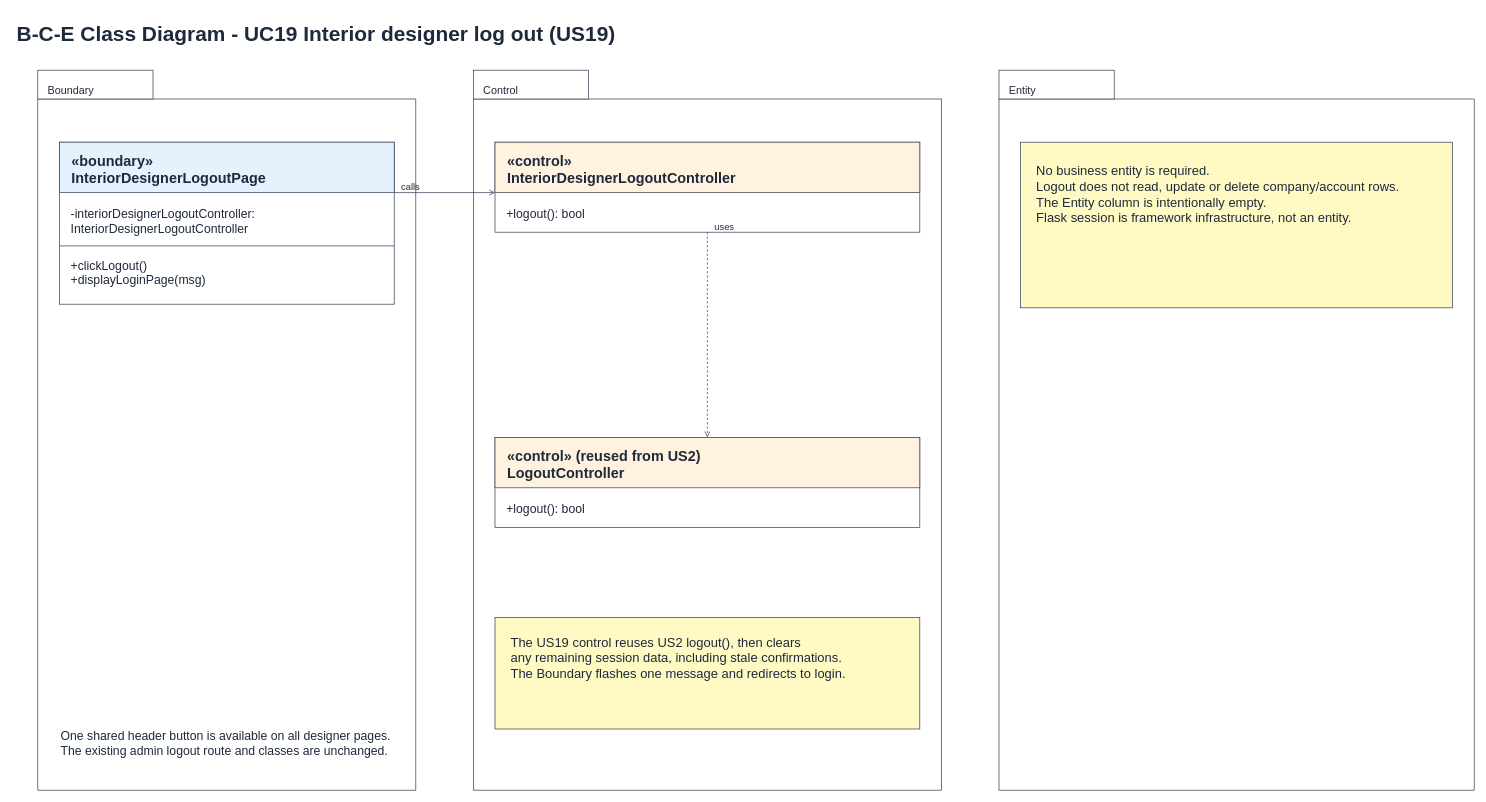
Hanzxc/CSIT314-ARCHSS keeps this draw.io diagram as page "5 BCE Class Diagram" (6 of 7) of Sprint_2/US19 - Interior Designer Log out/US19 Interior designer log out.drawio. Above is the earlier version. Source tidied: cells renumbered, new cells numbered last; positions are measured from the earlier drawing's top-left corner, leaving out a move shared by most shapes. Both pictures are drawn from the tidied source at 72%, with x=0, y=0 at pixel (15, 16).
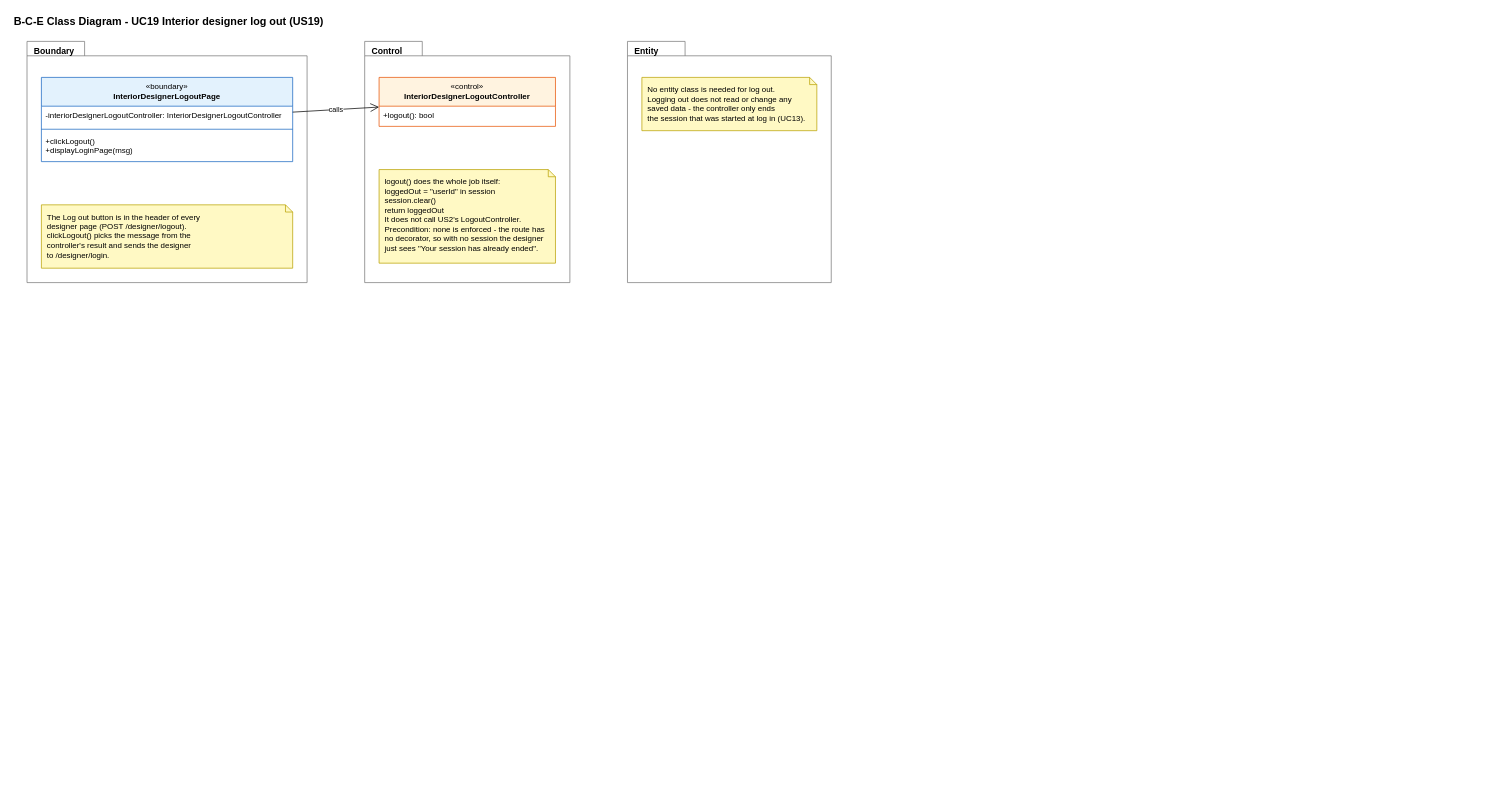
The same diagram, later.

What changed in the source:
```diff
@@
-<mxGraphModel>
+<mxGraphModel background="#FFFFFF">
@@
-    <mxCell id="2" value="B-C-E Class Diagram - UC19 Interior designer log out (US19)" style="text;html=0;align=left;verticalAlign=top;fontSize=29;fontStyle=1;fontColor=#1e293b;" parent="1" vertex="1">
-      <mxGeometry width="900" height="36" as="geometry" />
+    <mxCell id="2" value="&lt;b&gt;B-C-E Class Diagram - UC19 Interior designer log out (US19)&lt;/b&gt;" style="text;html=1;strokeColor=none;fillColor=none;align=left;verticalAlign=middle;whiteSpace=nowrap;fontSize=15;fontColor=#000000;" parent="1" vertex="1">
+      <mxGeometry x="-4" y="-5" width="443" height="24" as="geometry" />
     </mxCell>
-    <mxCell id="3" style="rounded=0;whiteSpace=wrap;fillColor=#ffffff;strokeColor=#334155;" parent="1" vertex="1">
-      <mxGeometry x="31" y="115" width="525" height="960" as="geometry" />
-    </mxCell>
-    <mxCell id="4" style="rounded=0;whiteSpace=wrap;fillColor=#ffffff;strokeColor=#334155;" parent="1" vertex="1">
-      <mxGeometry x="31" y="75" width="160" height="40" as="geometry" />
-    </mxCell>
-    <mxCell id="5" value="Boundary" style="text;html=0;align=left;verticalAlign=top;fontSize=15;fontStyle=0;fontColor=#1e293b;" parent="1" vertex="1">
-      <mxGeometry x="43" y="87" width="136" height="22" as="geometry" />
+    <mxCell id="5" value="&lt;b&gt;Boundary&lt;/b&gt;" style="shape=folder;tabWidth=80;tabHeight=20;tabPosition=left;html=1;verticalAlign=top;align=left;spacingLeft=8;spacingTop=0;fillColor=none;fontSize=12;strokeColor=#777777;fontColor=#000000;" parent="1" vertex="1">
+      <mxGeometry x="16" y="35" width="389" height="335" as="geometry" />
     </mxCell>
-    <mxCell id="6" style="rounded=0;whiteSpace=wrap;fillColor=#ffffff;strokeColor=#334155;" parent="1" vertex="1">
-      <mxGeometry x="636" y="115" width="650" height="960" as="geometry" />
-    </mxCell>
-    <mxCell id="7" style="rounded=0;whiteSpace=wrap;fillColor=#ffffff;strokeColor=#334155;" parent="1" vertex="1">
-      <mxGeometry x="636" y="75" width="160" height="40" as="geometry" />
-    </mxCell>
-    <mxCell id="8" value="Control" style="text;html=0;align=left;verticalAlign=top;fontSize=15;fontStyle=0;fontColor=#1e293b;" parent="1" vertex="1">
-      <mxGeometry x="648" y="87" width="136" height="22" as="geometry" />
-    </mxCell>
-    <mxCell id="9" style="rounded=0;whiteSpace=wrap;fillColor=#ffffff;strokeColor=#334155;" parent="1" vertex="1">
-      <mxGeometry x="1366" y="115" width="660" height="960" as="geometry" />
-    </mxCell>
-    <mxCell id="10" style="rounded=0;whiteSpace=wrap;fillColor=#ffffff;strokeColor=#334155;" parent="1" vertex="1">
-      <mxGeometry x="1366" y="75" width="160" height="40" as="geometry" />
-    </mxCell>
-    <mxCell id="11" value="Entity" style="text;html=0;align=left;verticalAlign=top;fontSize=15;fontStyle=0;fontColor=#1e293b;" parent="1" vertex="1">
-      <mxGeometry x="1378" y="87" width="136" height="22" as="geometry" />
-    </mxCell>
-    <mxCell id="12" style="rounded=0;whiteSpace=wrap;fillColor=#ffffff;strokeColor=#334155;" parent="1" vertex="1">
-      <mxGeometry x="61" y="175" width="465" height="225" as="geometry" />
-    </mxCell>
-    <mxCell id="13" style="rounded=0;whiteSpace=wrap;fillColor=#e3f2fd;strokeColor=#334155;" parent="1" vertex="1">
-      <mxGeometry x="61" y="175" width="465" height="70" as="geometry" />
-    </mxCell>
-    <mxCell id="14" value="«boundary»&#10;InteriorDesignerLogoutPage" style="text;html=0;align=left;verticalAlign=top;fontSize=20;fontStyle=1;fontColor=#1e293b;" parent="1" vertex="1">
-      <mxGeometry x="76" y="182" width="435" height="54" as="geometry" />
+    <mxCell id="14" value="«boundary»&lt;br&gt;&lt;b&gt;InteriorDesignerLogoutPage&lt;/b&gt;" style="swimlane;fontStyle=0;align=center;verticalAlign=top;horizontal=1;startSize=40;html=1;whiteSpace=wrap;fontSize=11;fillColor=#E3F2FD;strokeColor=#1565C0;swimlaneFillColor=#FFFFFF;fontColor=#000000;" parent="1" vertex="1">
+      <mxGeometry x="36" y="85" width="349" height="117" as="geometry" />
     </mxCell>
-    <mxCell id="15" value="-interiorDesignerLogoutController:&#10; InteriorDesignerLogoutController" style="text;html=0;align=left;verticalAlign=top;fontSize=17;fontStyle=0;fontColor=#1e293b;" parent="1" vertex="1">
-      <mxGeometry x="75" y="258" width="437" height="48" as="geometry" />
+    <mxCell id="15" value="-interiorDesignerLogoutController: InteriorDesignerLogoutController" style="text;strokeColor=none;fillColor=none;align=left;verticalAlign=top;spacingLeft=4;spacingRight=4;overflow=hidden;whiteSpace=nowrap;html=1;fontSize=11;fontColor=#000000;" parent="14" vertex="1">
+      <mxGeometry y="40" width="349" height="28" as="geometry" />
     </mxCell>
-    <mxCell id="16" style="endArrow=none;html=0;dashed=0;strokeColor=#334155;" parent="1" edge="1">
-      <mxGeometry relative="1" as="geometry">
-        <mxPoint x="61" y="319" as="sourcePoint" />
-        <mxPoint x="526" y="319" as="targetPoint" />
-      </mxGeometry>
-    </mxCell>
+    <mxCell id="35" style="line;strokeWidth=1;fillColor=none;align=left;verticalAlign=middle;spacingTop=-1;spacingLeft=3;spacingRight=3;labelPosition=right;strokeColor=#1565C0;fontColor=#000000;" parent="14" vertex="1">
+      <mxGeometry y="68" width="349" height="8" as="geometry" />
+    </mxCell>
-    <mxCell id="17" value="+clickLogout()&#10;+displayLoginPage(msg)" style="text;html=0;align=left;verticalAlign=top;fontSize=17;fontStyle=0;fontColor=#1e293b;" parent="1" vertex="1">
-      <mxGeometry x="75" y="330" width="437" height="48" as="geometry" />
+    <mxCell id="17" value="+clickLogout()&lt;br&gt;+displayLoginPage(msg)" style="text;strokeColor=none;fillColor=none;align=left;verticalAlign=top;spacingLeft=4;spacingRight=4;overflow=hidden;whiteSpace=nowrap;html=1;fontSize=11;fontColor=#000000;" parent="14" vertex="1">
+      <mxGeometry y="76" width="349" height="41" as="geometry" />
     </mxCell>
-    <mxCell id="18" style="rounded=0;whiteSpace=wrap;fillColor=#ffffff;strokeColor=#334155;" parent="1" vertex="1">
-      <mxGeometry x="666" y="175" width="590" height="125" as="geometry" />
-    </mxCell>
-    <mxCell id="19" style="rounded=0;whiteSpace=wrap;fillColor=#fff3e0;strokeColor=#334155;" parent="1" vertex="1">
-      <mxGeometry x="666" y="175" width="590" height="70" as="geometry" />
-    </mxCell>
+    <mxCell id="36" value="The Log out button is in the header of every&lt;br&gt;designer page (POST /designer/logout).&lt;br&gt;clickLogout() picks the message from the&lt;br&gt;controller's result and sends the designer&lt;br&gt;to /designer/login." style="shape=note;whiteSpace=wrap;html=1;size=10;fillColor=#FFF9C4;strokeColor=#B8A100;align=left;verticalAlign=top;spacingLeft=6;spacingRight=4;spacingTop=4;fontSize=11;fontColor=#000000;" parent="1" vertex="1">
+      <mxGeometry x="36" y="262" width="349" height="88" as="geometry" />
+    </mxCell>
+    <mxCell id="8" value="&lt;b&gt;Control&lt;/b&gt;" style="shape=folder;tabWidth=80;tabHeight=20;tabPosition=left;html=1;verticalAlign=top;align=left;spacingLeft=8;spacingTop=0;fillColor=none;fontSize=12;strokeColor=#777777;fontColor=#000000;" parent="1" vertex="1">
+      <mxGeometry x="485" y="35" width="285" height="335" as="geometry" />
+    </mxCell>
-    <mxCell id="20" value="«control»&#10;InteriorDesignerLogoutController" style="text;html=0;align=left;verticalAlign=top;fontSize=20;fontStyle=1;fontColor=#1e293b;" parent="1" vertex="1">
-      <mxGeometry x="681" y="182" width="560" height="54" as="geometry" />
+    <mxCell id="20" value="«control»&lt;br&gt;&lt;b&gt;InteriorDesignerLogoutController&lt;/b&gt;" style="swimlane;fontStyle=0;align=center;verticalAlign=top;horizontal=1;startSize=40;html=1;whiteSpace=wrap;fontSize=11;fillColor=#FFF3E0;strokeColor=#E65100;swimlaneFillColor=#FFFFFF;fontColor=#000000;" parent="1" vertex="1">
+      <mxGeometry x="505" y="85" width="245" height="68" as="geometry" />
     </mxCell>
-    <mxCell id="21" value="+logout(): bool" style="text;html=0;align=left;verticalAlign=top;fontSize=17;fontStyle=0;fontColor=#1e293b;" parent="1" vertex="1">
-      <mxGeometry x="680" y="258" width="562" height="24" as="geometry" />
-    </mxCell>
-    <mxCell id="22" style="rounded=0;whiteSpace=wrap;fillColor=#ffffff;strokeColor=#334155;" parent="1" vertex="1">
-      <mxGeometry x="666" y="585" width="590" height="125" as="geometry" />
-    </mxCell>
-    <mxCell id="23" style="rounded=0;whiteSpace=wrap;fillColor=#fff3e0;strokeColor=#334155;" parent="1" vertex="1">
-      <mxGeometry x="666" y="585" width="590" height="70" as="geometry" />
-    </mxCell>
-    <mxCell id="24" value="«control» (reused from US2)&#10;LogoutController" style="text;html=0;align=left;verticalAlign=top;fontSize=20;fontStyle=1;fontColor=#1e293b;" parent="1" vertex="1">
-      <mxGeometry x="681" y="592" width="560" height="54" as="geometry" />
-    </mxCell>
-    <mxCell id="25" value="+logout(): bool" style="text;html=0;align=left;verticalAlign=top;fontSize=17;fontStyle=0;fontColor=#1e293b;" parent="1" vertex="1">
-      <mxGeometry x="680" y="668" width="562" height="24" as="geometry" />
-    </mxCell>
-    <mxCell id="26" style="endArrow=open;html=0;dashed=0;strokeColor=#334155;" parent="1" edge="1">
-      <mxGeometry relative="1" as="geometry">
-        <mxPoint x="526" y="245" as="sourcePoint" />
-        <mxPoint x="666" y="245" as="targetPoint" />
-      </mxGeometry>
-    </mxCell>
+    <mxCell id="37" value="+logout(): bool" style="text;strokeColor=none;fillColor=none;align=left;verticalAlign=top;spacingLeft=4;spacingRight=4;overflow=hidden;whiteSpace=nowrap;html=1;fontSize=11;fontColor=#000000;" parent="20" vertex="1">
+      <mxGeometry y="40" width="245" height="28" as="geometry" />
+    </mxCell>
+    <mxCell id="38" value="logout() does the whole job itself:&lt;br&gt;loggedOut = &quot;userId&quot; in session&lt;br&gt;session.clear()&lt;br&gt;return loggedOut&lt;br&gt;It does not call US2's LogoutController.&lt;br&gt;Precondition: none is enforced - the route has&lt;br&gt;no decorator, so with no session the designer&lt;br&gt;just sees &quot;Your session has already ended&quot;." style="shape=note;whiteSpace=wrap;html=1;size=10;fillColor=#FFF9C4;strokeColor=#B8A100;align=left;verticalAlign=top;spacingLeft=6;spacingRight=4;spacingTop=4;fontSize=11;fontColor=#000000;" parent="1" vertex="1">
+      <mxGeometry x="505" y="213" width="245" height="130" as="geometry" />
+    </mxCell>
+    <mxCell id="11" value="&lt;b&gt;Entity&lt;/b&gt;" style="shape=folder;tabWidth=80;tabHeight=20;tabPosition=left;html=1;verticalAlign=top;align=left;spacingLeft=8;spacingTop=0;fillColor=none;fontSize=12;strokeColor=#777777;fontColor=#000000;" parent="1" vertex="1">
+      <mxGeometry x="850" y="35" width="283" height="335" as="geometry" />
+    </mxCell>
+    <mxCell id="39" value="No entity class is needed for log out.&lt;br&gt;Logging out does not read or change any&lt;br&gt;saved data - the controller only ends&lt;br&gt;the session that was started at log in (UC13)." style="shape=note;whiteSpace=wrap;html=1;size=10;fillColor=#FFF9C4;strokeColor=#B8A100;align=left;verticalAlign=top;spacingLeft=6;spacingRight=4;spacingTop=4;fontSize=11;fontColor=#000000;" parent="1" vertex="1">
+      <mxGeometry x="870" y="85" width="243" height="74" as="geometry" />
+    </mxCell>
-    <mxCell id="27" value="calls" style="text;html=0;align=left;verticalAlign=top;fontSize=13;fontStyle=0;fontColor=#1e293b;" parent="1" vertex="1">
-      <mxGeometry x="534" y="223" width="240" height="20" as="geometry" />
+    <mxCell id="27" value="calls" style="endArrow=open;endFill=0;endSize=10;html=1;rounded=0;fontSize=10;fontColor=#000000;strokeColor=#000000;labelBackgroundColor=#FFFFFF;" parent="1" edge="1" source="14" target="20">
+      <mxGeometry relative="1" as="geometry" />
     </mxCell>
-    <mxCell id="28" style="endArrow=open;html=0;dashed=1;strokeColor=#334155;" parent="1" edge="1">
-      <mxGeometry relative="1" as="geometry">
-        <mxPoint x="961" y="300" as="sourcePoint" />
-        <mxPoint x="961" y="585" as="targetPoint" />
-      </mxGeometry>
-    </mxCell>
-    <mxCell id="29" value="uses" style="text;html=0;align=left;verticalAlign=top;fontSize=13;fontStyle=0;fontColor=#1e293b;" parent="1" vertex="1">
-      <mxGeometry x="969" y="278" width="100" height="20" as="geometry" />
-    </mxCell>
-    <mxCell id="30" style="rounded=0;whiteSpace=wrap;fillColor=#fff9c4;strokeColor=#334155;" parent="1" vertex="1">
-      <mxGeometry x="1396" y="175" width="600" height="230" as="geometry" />
-    </mxCell>
-    <mxCell id="31" value="No business entity is required.&#10;Logout does not read, update or delete company/account rows.&#10;The Entity column is intentionally empty.&#10;Flask session is framework infrastructure, not an entity." style="text;html=0;align=left;verticalAlign=top;fontSize=18;fontStyle=0;fontColor=#1e293b;" parent="1" vertex="1">
-      <mxGeometry x="1416" y="197" width="560" height="100" as="geometry" />
-    </mxCell>
-    <mxCell id="32" style="rounded=0;whiteSpace=wrap;fillColor=#fff9c4;strokeColor=#334155;" parent="1" vertex="1">
-      <mxGeometry x="666" y="835" width="590" height="155" as="geometry" />
-    </mxCell>
-    <mxCell id="33" value="The US19 control reuses US2 logout(), then clears&#10;any remaining session data, including stale confirmations.&#10;The Boundary flashes one message and redirects to login." style="text;html=0;align=left;verticalAlign=top;fontSize=18;fontStyle=0;fontColor=#1e293b;" parent="1" vertex="1">
-      <mxGeometry x="686" y="852" width="550" height="75" as="geometry" />
-    </mxCell>
-    <mxCell id="34" value="One shared header button is available on all designer pages.&#10;The existing admin logout route and classes are unchanged." style="text;html=0;align=left;verticalAlign=top;fontSize=17;fontStyle=0;fontColor=#1e293b;" parent="1" vertex="1">
-      <mxGeometry x="61" y="983" width="650" height="48" as="geometry" />
-    </mxCell>
```
